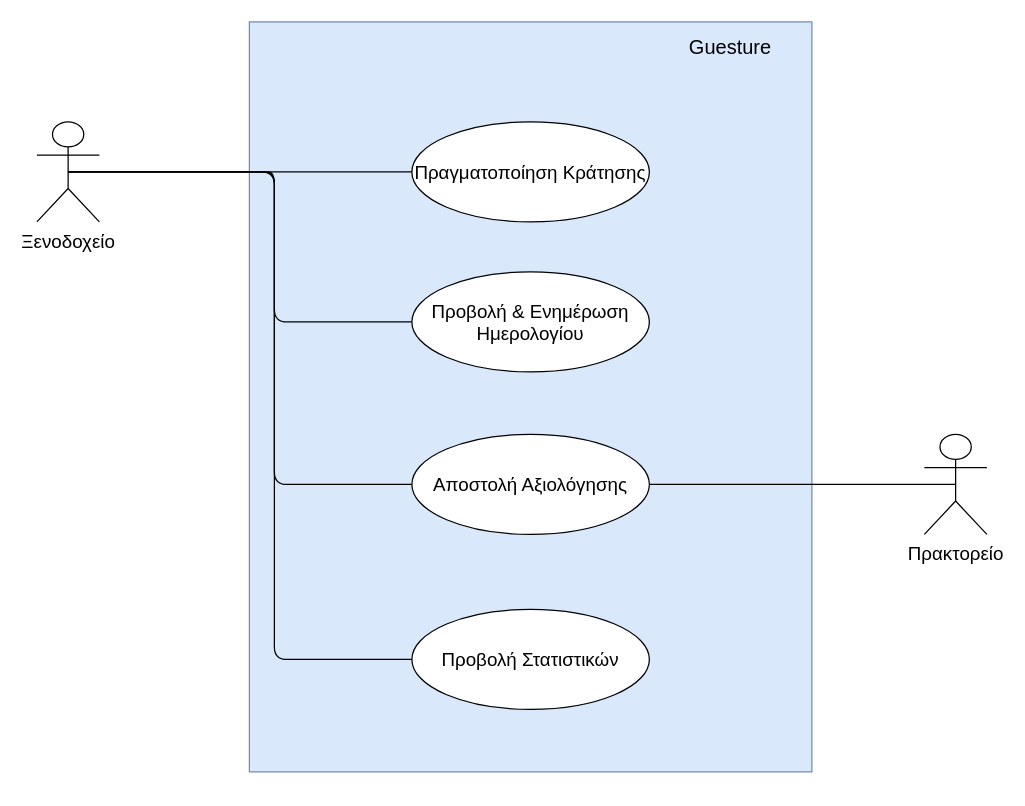
The draw.io diagram use_case/use_case.drawio in nataliaKat/Guesture, before the edit. Source tidied: cells renumbered, new cells numbered last; positions are measured from the earlier drawing's top-left corner, leaving out a move shared by most shapes. Both pictures are drawn from the tidied source at 125%, with x=0, y=0 at pixel (36, 21).
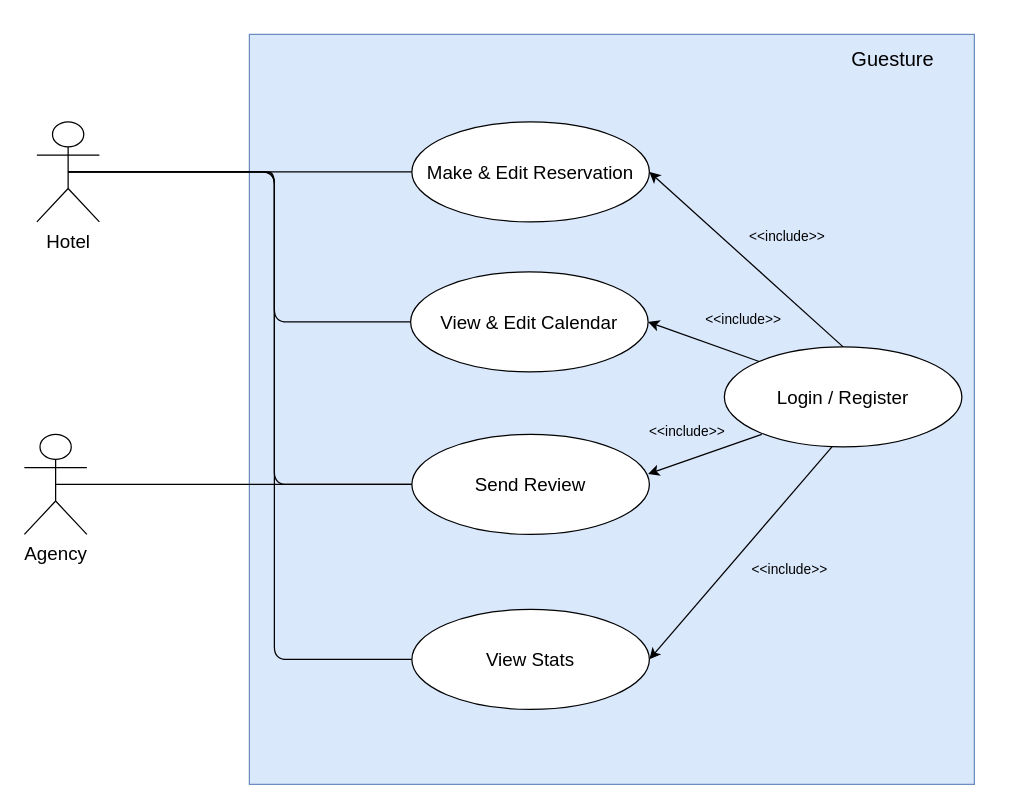
The same page after the edit.

Commit message (it also covers changes not shown here):
Make use_case in english and add login

What changed in the source:
```diff
@@
     <mxCell id="2" style="rounded=0;whiteSpace=wrap;html=1;fontSize=15;fillColor=#dae8fc;strokeColor=#6c8ebf;" parent="1" vertex="1">
-      <mxGeometry x="170" width="450" height="600" as="geometry" />
+      <mxGeometry x="170" y="10" width="580" height="600" as="geometry" />
     </mxCell>
     <mxCell id="3" value="&lt;font style=&quot;font-size: 16px&quot;&gt;Guesture&lt;/font&gt;" style="text;html=1;strokeColor=none;fillColor=none;align=center;verticalAlign=middle;whiteSpace=wrap;rounded=0;fontSize=15;" parent="1" vertex="1">
-      <mxGeometry x="530" y="10" width="50" height="20" as="geometry" />
+      <mxGeometry x="660" y="20" width="50" height="20" as="geometry" />
     </mxCell>
-    <mxCell id="4" value="Πραγματοποίηση Κράτησης" style="ellipse;whiteSpace=wrap;html=1;fontSize=15;" parent="1" vertex="1">
+    <mxCell id="4" value="Make &amp;amp; Edit Reservation" style="ellipse;whiteSpace=wrap;html=1;fontSize=15;" parent="1" vertex="1">
       <mxGeometry x="300" y="80" width="190" height="80" as="geometry" />
     </mxCell>
@@
-    <mxCell id="6" value="Προβολή &amp;amp; Ενημέρωση Ημερολογίου" style="ellipse;whiteSpace=wrap;html=1;fontSize=15;" parent="1" vertex="1">
-      <mxGeometry x="300" y="200" width="190" height="80" as="geometry" />
+    <mxCell id="6" value="View &amp;amp; Edit Calendar" style="ellipse;whiteSpace=wrap;html=1;fontSize=15;" parent="1" vertex="1">
+      <mxGeometry x="299" y="200" width="190" height="80" as="geometry" />
     </mxCell>
@@
-    <mxCell id="9" value="Αποστολή Αξιολόγησης" style="ellipse;whiteSpace=wrap;html=1;fontSize=15;" parent="1" vertex="1">
+    <mxCell id="9" value="Send Review" style="ellipse;whiteSpace=wrap;html=1;fontSize=15;" parent="1" vertex="1">
       <mxGeometry x="300" y="330" width="190" height="80" as="geometry" />
     </mxCell>
@@
-    <mxCell id="11" value="Προβολή Στατιστικών" style="ellipse;whiteSpace=wrap;html=1;fontSize=15;" parent="1" vertex="1">
+    <mxCell id="11" value="View Stats" style="ellipse;whiteSpace=wrap;html=1;fontSize=15;" parent="1" vertex="1">
       <mxGeometry x="300" y="470" width="190" height="80" as="geometry" />
     </mxCell>
@@
-    <mxCell id="13" value="Ξενοδοχείο" style="shape=umlActor;verticalLabelPosition=bottom;verticalAlign=top;html=1;outlineConnect=0;fontSize=15;" parent="1" vertex="1">
+    <mxCell id="13" value="Hotel" style="shape=umlActor;verticalLabelPosition=bottom;verticalAlign=top;html=1;outlineConnect=0;fontSize=15;" parent="1" vertex="1">
       <mxGeometry y="80" width="50" height="80" as="geometry" />
     </mxCell>
-    <mxCell id="14" value="Πρακτορείο" style="shape=umlActor;verticalLabelPosition=bottom;verticalAlign=top;html=1;outlineConnect=0;fontSize=15;" parent="1" vertex="1">
-      <mxGeometry x="710" y="330" width="50" height="80" as="geometry" />
+    <mxCell id="14" value="Agency" style="shape=umlActor;verticalLabelPosition=bottom;verticalAlign=top;html=1;outlineConnect=0;fontSize=15;" parent="1" vertex="1">
+      <mxGeometry x="-10" y="330" width="50" height="80" as="geometry" />
     </mxCell>
+    <mxCell id="15" value="Login / Register" style="ellipse;whiteSpace=wrap;html=1;fontSize=15;" parent="1" vertex="1">
+      <mxGeometry x="550" y="260" width="190" height="80" as="geometry" />
+    </mxCell>
+    <mxCell id="16" style="endArrow=classic;html=1;exitX=0.5;exitY=0;exitDx=0;exitDy=0;entryX=1;entryY=0.5;entryDx=0;entryDy=0;" parent="1" edge="1" source="15" target="4">
+      <mxGeometry relative="1" as="geometry" />
+    </mxCell>
+    <mxCell id="17" value="&amp;lt;&amp;lt;include&amp;gt;&amp;gt;" style="edgeLabel;html=1;align=center;verticalAlign=middle;labelBackgroundColor=none;" parent="16" vertex="1">
+      <mxGeometry relative="1" as="geometry">
+        <mxPoint x="31.4" y="-18.6" as="offset" />
+      </mxGeometry>
+    </mxCell>
+    <mxCell id="18" style="endArrow=classic;html=1;exitX=0;exitY=0;exitDx=0;exitDy=0;entryX=1;entryY=0.5;entryDx=0;entryDy=0;" parent="1" edge="1" source="15" target="6">
+      <mxGeometry relative="1" as="geometry" />
+    </mxCell>
+    <mxCell id="19" value="&amp;lt;&amp;lt;include&amp;gt;&amp;gt;" style="edgeLabel;html=1;align=center;verticalAlign=middle;labelBackgroundColor=none;" parent="18" vertex="1">
+      <mxGeometry relative="1" as="geometry">
+        <mxPoint x="31.4" y="-18.6" as="offset" />
+      </mxGeometry>
+    </mxCell>
+    <mxCell id="20" style="endArrow=classic;html=1;exitX=0;exitY=1;exitDx=0;exitDy=0;entryX=0.984;entryY=0.375;entryDx=0;entryDy=0;entryPerimeter=0;" parent="1" edge="1">
+      <mxGeometry relative="1" as="geometry">
+        <mxPoint x="579.9" y="330" as="sourcePoint" />
+        <mxPoint x="489" y="361.7" as="targetPoint" />
+      </mxGeometry>
+    </mxCell>
+    <mxCell id="21" value="&amp;lt;&amp;lt;include&amp;gt;&amp;gt;" style="edgeLabel;html=1;align=center;verticalAlign=middle;labelBackgroundColor=none;" parent="20" vertex="1">
+      <mxGeometry relative="1" as="geometry">
+        <mxPoint x="-14.6" y="-18.6" as="offset" />
+      </mxGeometry>
+    </mxCell>
+    <mxCell id="22" style="endArrow=classic;html=1;exitX=0.453;exitY=1;exitDx=0;exitDy=0;entryX=1;entryY=0.5;entryDx=0;entryDy=0;exitPerimeter=0;" parent="1" edge="1" source="15" target="11">
+      <mxGeometry relative="1" as="geometry" />
+    </mxCell>
+    <mxCell id="23" value="&amp;lt;&amp;lt;include&amp;gt;&amp;gt;" style="edgeLabel;html=1;align=center;verticalAlign=middle;labelBackgroundColor=none;" parent="22" vertex="1">
+      <mxGeometry relative="1" as="geometry">
+        <mxPoint x="38.8" y="12.2" as="offset" />
+      </mxGeometry>
+    </mxCell>
```
